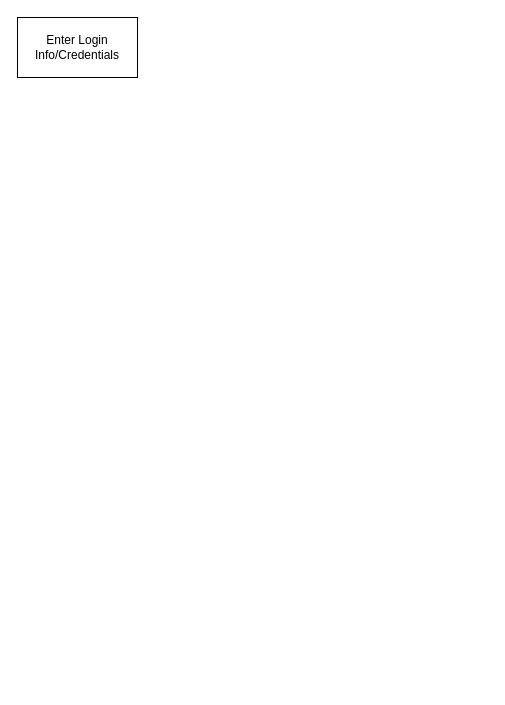
Before: page "LogIn" (4 of 16) of Chronicle_Initial_App_Wireframe_Designs.drawio in Vaibhav-G-Parmar/Chronicle-Your-Ultimate-Travel-Companion, a draw.io diagram. Source tidied: cells renumbered, new cells numbered last; positions are measured from the earlier drawing's top-left corner, leaving out a move shared by most shapes. Both pictures are drawn from the tidied source at 100%, with x=0, y=0 at pixel (17, 17).
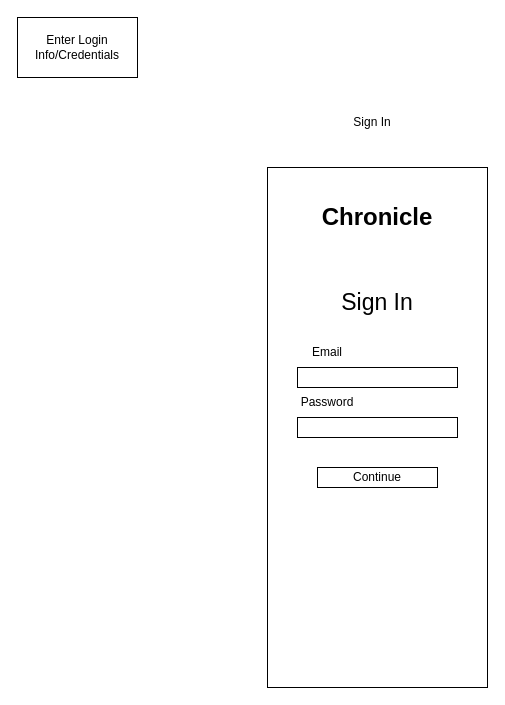
The same diagram, later.

Diff of the diagram source:
```diff
@@
 <mxGraphModel>
   <root>
     <mxCell id="0" />
     <mxCell id="1" parent="0" />
     <mxCell id="2" value="Enter Login Info/Credentials" style="rounded=0;whiteSpace=wrap;html=1;" parent="1" vertex="1">
       <mxGeometry width="120" height="60" as="geometry" />
     </mxCell>
+    <mxCell id="3" style="endArrow=none;html=1;rounded=0;" parent="1" edge="1">
+      <mxGeometry relative="1" as="geometry">
+        <mxPoint x="450" y="190" as="sourcePoint" />
+        <mxPoint x="450" y="190" as="targetPoint" />
+      </mxGeometry>
+    </mxCell>
+    <mxCell id="4" style="rounded=0;whiteSpace=wrap;html=1;" parent="1" vertex="1">
+      <mxGeometry x="250" y="150" width="220" height="520" as="geometry" />
+    </mxCell>
+    <mxCell id="5" value="Sign In" style="text;html=1;strokeColor=none;fillColor=none;align=center;verticalAlign=middle;whiteSpace=wrap;rounded=0;" parent="1" vertex="1">
+      <mxGeometry x="325" y="90" width="60" height="30" as="geometry" />
+    </mxCell>
+    <mxCell id="6" style="rounded=0;whiteSpace=wrap;html=1;" parent="1" vertex="1">
+      <mxGeometry x="280" y="350" width="160" height="20" as="geometry" />
+    </mxCell>
+    <mxCell id="7" style="rounded=0;whiteSpace=wrap;html=1;" parent="1" vertex="1">
+      <mxGeometry x="280" y="400" width="160" height="20" as="geometry" />
+    </mxCell>
+    <mxCell id="8" value="Email" style="text;html=1;strokeColor=none;fillColor=none;align=center;verticalAlign=middle;whiteSpace=wrap;rounded=0;" parent="1" vertex="1">
+      <mxGeometry x="280" y="320" width="60" height="30" as="geometry" />
+    </mxCell>
+    <mxCell id="9" value="Password" style="text;html=1;strokeColor=none;fillColor=none;align=center;verticalAlign=middle;whiteSpace=wrap;rounded=0;" parent="1" vertex="1">
+      <mxGeometry x="280" y="370" width="60" height="30" as="geometry" />
+    </mxCell>
+    <mxCell id="10" value="&lt;font style=&quot;font-size: 23px;&quot;&gt;Sign In&lt;/font&gt;" style="text;html=1;strokeColor=none;fillColor=none;align=center;verticalAlign=middle;whiteSpace=wrap;rounded=0;" parent="1" vertex="1">
+      <mxGeometry x="320" y="270" width="80" height="30" as="geometry" />
+    </mxCell>
+    <mxCell id="11" value="Continue" style="rounded=0;whiteSpace=wrap;html=1;" parent="1" vertex="1">
+      <mxGeometry x="300" y="450" width="120" height="20" as="geometry" />
+    </mxCell>
+    <mxCell id="12" value="&lt;h1&gt;Chronicle&lt;/h1&gt;&lt;p&gt;&lt;br&gt;&lt;/p&gt;" style="text;html=1;strokeColor=none;fillColor=none;spacing=5;spacingTop=-20;whiteSpace=wrap;overflow=hidden;rounded=0;align=center;" parent="1" vertex="1">
+      <mxGeometry x="295" y="180" width="130" height="40" as="geometry" />
+    </mxCell>
   </root>
 </mxGraphModel>
```
